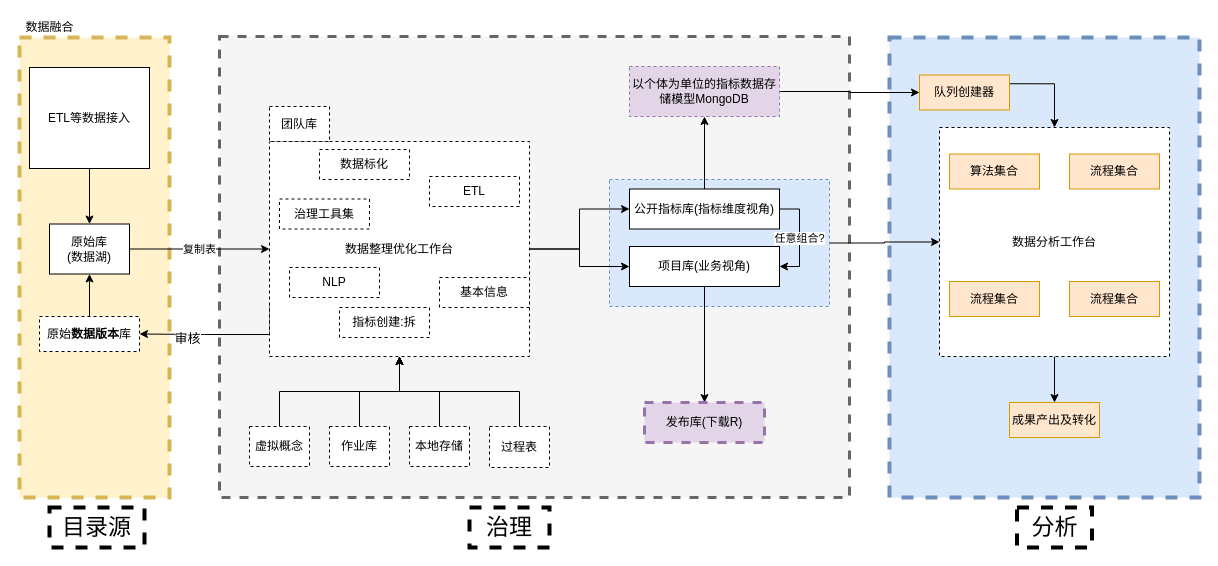
Earlier version of the draw.io diagram page "流程梳理改进版" (7 of 7) of 华链系统重构分析.drawio (xinglongMedical/drawio). Source tidied: cells renumbered, new cells numbered last; positions are measured from the earlier drawing's top-left corner, leaving out a move shared by most shapes. Both pictures are drawn from the tidied source at 100%, with x=0, y=0 at pixel (19, 17).
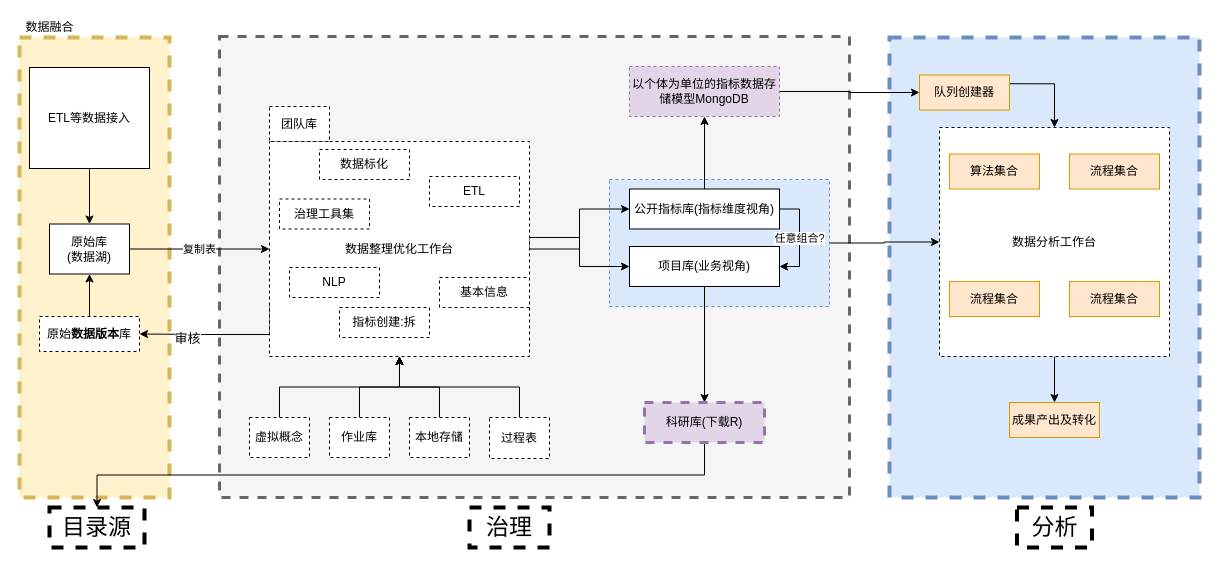
The same page after the edit.

Commit message:
Update 华链系统重构分析.drawio

Unchanged cells that the change refers to:
```xml
<mxCell id="13" value="数据整理优化工作台" style="rounded=0;whiteSpace=wrap;html=1;dashed=1;" parent="1" vertex="1">
  <mxGeometry x="250" y="124" width="260" height="215" as="geometry" />
</mxCell>
<mxCell id="32" value="项目库(业务视角)" style="rounded=0;whiteSpace=wrap;html=1;" parent="1" vertex="1">
  <mxGeometry x="610" y="229" width="150" height="40" as="geometry" />
</mxCell>
<mxCell id="51" value="目录源" style="rounded=0;whiteSpace=wrap;html=1;dashed=1;strokeWidth=4;fontSize=23;" parent="1" vertex="1">
  <mxGeometry x="30" y="490" width="95" height="40" as="geometry" />
</mxCell>
```

Change to the diagram source:
```diff
@@
     <mxCell id="12" style="edgeStyle=orthogonalEdgeStyle;rounded=0;jettySize=auto;html=1;exitX=1;exitY=0.5;exitDx=0;exitDy=0;" parent="1" edge="1" source="13" target="32">
-      <mxGeometry relative="1" as="geometry" />
+      <mxGeometry relative="1" as="geometry">
+        <Array as="points">
+          <mxPoint x="510" y="220" />
+          <mxPoint x="560" y="220" />
+          <mxPoint x="560" y="249" />
+        </Array>
+      </mxGeometry>
     </mxCell>
@@
     <mxCell id="15" value="虚拟概念" style="rounded=0;whiteSpace=wrap;html=1;dashed=1;" parent="1" vertex="1">
-      <mxGeometry x="230" y="409" width="60" height="40" as="geometry" />
+      <mxGeometry x="230" y="400" width="60" height="40" as="geometry" />
     </mxCell>
@@
     <mxCell id="17" value="作业库" style="rounded=0;whiteSpace=wrap;html=1;dashed=1;" parent="1" vertex="1">
-      <mxGeometry x="310" y="409" width="60" height="40" as="geometry" />
+      <mxGeometry x="310" y="400" width="60" height="40" as="geometry" />
     </mxCell>
@@
     <mxCell id="19" value="本地存储" style="rounded=0;whiteSpace=wrap;html=1;dashed=1;" parent="1" vertex="1">
-      <mxGeometry x="390" y="409" width="60" height="40" as="geometry" />
+      <mxGeometry x="390" y="400" width="60" height="40" as="geometry" />
     </mxCell>
@@
     <mxCell id="21" value="过程表" style="rounded=0;whiteSpace=wrap;html=1;dashed=1;" parent="1" vertex="1">
-      <mxGeometry x="470" y="409" width="60" height="41" as="geometry" />
+      <mxGeometry x="470" y="400" width="60" height="41" as="geometry" />
     </mxCell>
@@
+    <mxCell id="54" style="edgeStyle=orthogonalEdgeStyle;rounded=0;jettySize=auto;html=1;exitX=0.5;exitY=1;exitDx=0;exitDy=0;fontSize=13;" parent="1" edge="1" source="39" target="51">
+      <mxGeometry relative="1" as="geometry" />
+    </mxCell>
-    <mxCell id="39" value="&lt;span&gt;发布库(下载R)&lt;/span&gt;" style="rounded=0;whiteSpace=wrap;html=1;dashed=1;strokeWidth=3;fillColor=#e1d5e7;strokeColor=#9673a6;" parent="1" vertex="1">
+    <mxCell id="39" value="&lt;span&gt;科研库(下载R)&lt;/span&gt;" style="rounded=0;whiteSpace=wrap;html=1;dashed=1;strokeWidth=3;fillColor=#e1d5e7;strokeColor=#9673a6;" parent="1" vertex="1">
       <mxGeometry x="625" y="385" width="120" height="40" as="geometry" />
     </mxCell>
```
